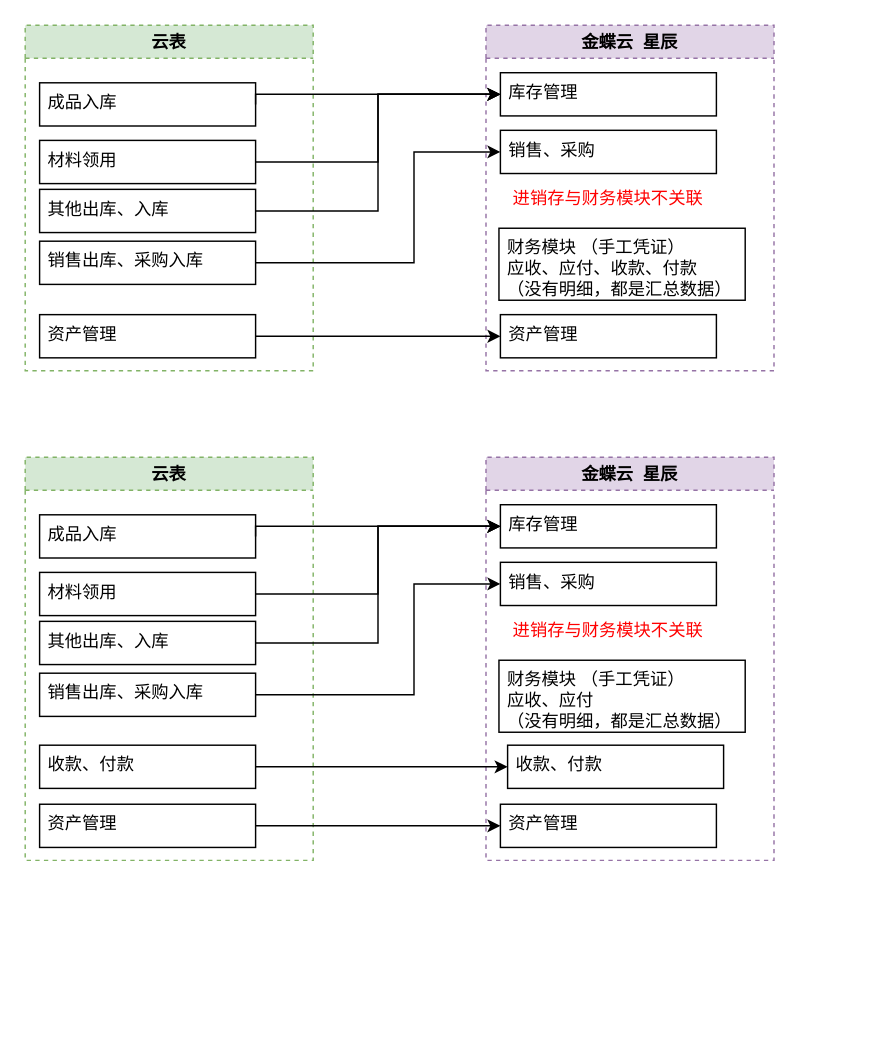
manson-yu/desktop-app keeps this draw.io diagram as build/未命名绘图.drawio. Above is the earlier version. Source tidied: cells renumbered, new cells numbered last; positions are measured from the earlier drawing's top-left corner, leaving out a move shared by most shapes. Both pictures are drawn from the tidied source at 144%, with x=0, y=0 at pixel (24, 24).
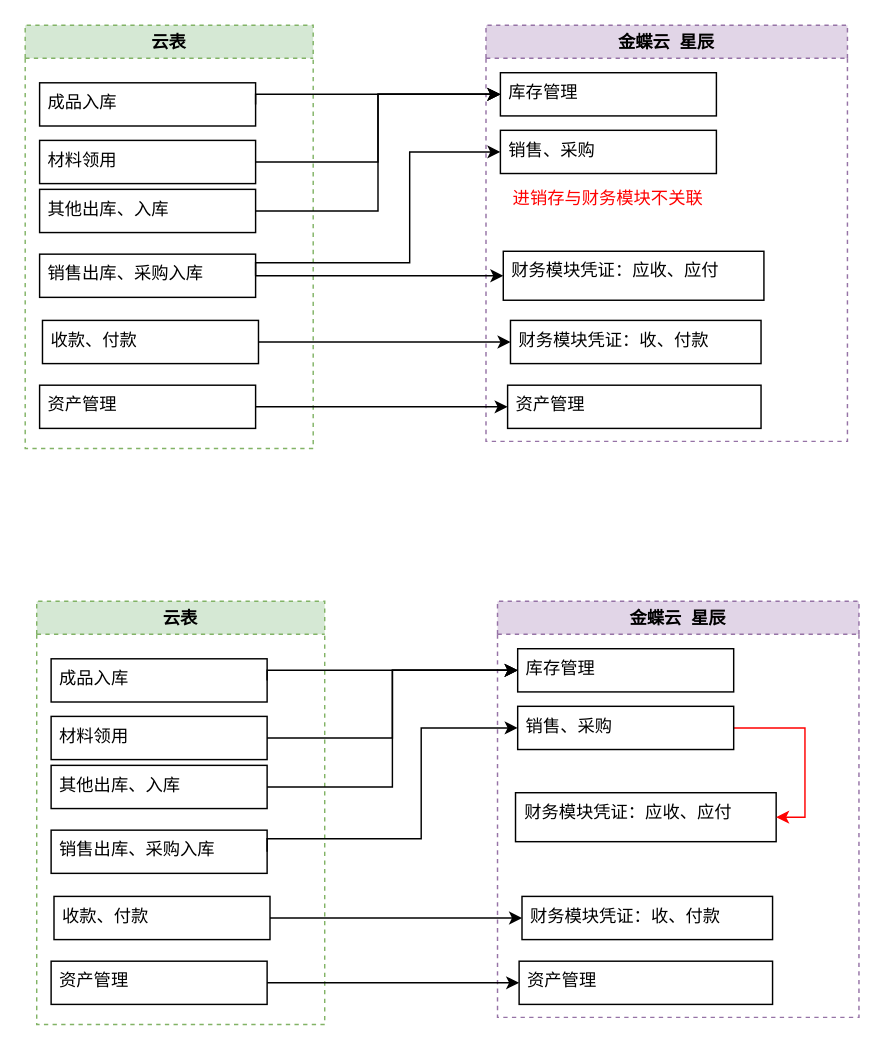
Above is the later version.

Commit message:
更新未命名绘图.drawio

The change refers to these unchanged cells:
```xml
<mxCell id="11" value="销售、采购" style="text;spacingLeft=4;spacingRight=4;overflow=hidden;points=[[0,0.5],[1,0.5]];portConstraint=eastwest;fontSize=12;whiteSpace=wrap;html=1;strokeColor=default;" parent="8" vertex="1">
  <mxGeometry x="10" y="73" width="150" height="30" as="geometry" />
</mxCell>
<mxCell id="20" value="成品入库&lt;div&gt;&lt;br&gt;&lt;/div&gt;" style="text;spacingLeft=4;spacingRight=4;overflow=hidden;points=[[0,0.5],[1,0.5]];portConstraint=eastwest;fontSize=12;whiteSpace=wrap;html=1;strokeColor=default;" parent="19" vertex="1">
  <mxGeometry x="10" y="40" width="150" height="30" as="geometry" />
</mxCell>
```

What changed in the source:
```diff
@@
     <mxCell id="2" value="云表" style="swimlane;whiteSpace=wrap;html=1;dashed=1;fillColor=#d5e8d4;strokeColor=#82b366;" parent="1" vertex="1">
-      <mxGeometry width="200" height="240" as="geometry" />
+      <mxGeometry width="200" height="294" as="geometry" />
     </mxCell>
@@
     <mxCell id="6" value="销售出库、采购入库&lt;div&gt;&lt;br&gt;&lt;/div&gt;" style="text;spacingLeft=4;spacingRight=4;overflow=hidden;points=[[0,0.5],[1,0.5]];portConstraint=eastwest;fontSize=12;whiteSpace=wrap;html=1;strokeColor=default;" parent="2" vertex="1">
-      <mxGeometry x="10" y="150" width="150" height="30" as="geometry" />
+      <mxGeometry x="10" y="159" width="150" height="30" as="geometry" />
     </mxCell>
     <mxCell id="7" value="资产管理&lt;div&gt;&lt;br&gt;&lt;/div&gt;" style="text;spacingLeft=4;spacingRight=4;overflow=hidden;points=[[0,0.5],[1,0.5]];portConstraint=eastwest;fontSize=12;whiteSpace=wrap;html=1;strokeColor=default;" parent="2" vertex="1">
-      <mxGeometry x="10" y="201" width="150" height="30" as="geometry" />
+      <mxGeometry x="10" y="250" width="150" height="30" as="geometry" />
     </mxCell>
     <mxCell id="8" value="金蝶云&amp;nbsp; 星辰" style="swimlane;whiteSpace=wrap;html=1;dashed=1;fillColor=#e1d5e7;strokeColor=#9673a6;" parent="1" vertex="1">
-      <mxGeometry x="320" width="200" height="240" as="geometry" />
+      <mxGeometry x="320" width="251" height="289" as="geometry" />
     </mxCell>
@@
-    <mxCell id="10" value="财务模块 （手工凭证）&lt;div&gt;应收、应付、收款、付款&lt;/div&gt;&lt;div&gt;（没有明细，都是汇总数据）&lt;br&gt;&lt;div&gt;&lt;br&gt;&lt;div&gt;&lt;br&gt;&lt;/div&gt;&lt;/div&gt;&lt;/div&gt;" style="text;spacingLeft=4;spacingRight=4;overflow=hidden;points=[[0,0.5],[1,0.5]];portConstraint=eastwest;fontSize=12;whiteSpace=wrap;html=1;strokeColor=default;" parent="8" vertex="1">
-      <mxGeometry x="9" y="141" width="171" height="50" as="geometry" />
+    <mxCell id="10" value="财务模块凭证：应收、应付" style="text;spacingLeft=4;spacingRight=4;overflow=hidden;points=[[0,0.5],[1,0.5]];portConstraint=eastwest;fontSize=12;whiteSpace=wrap;html=1;strokeColor=default;" parent="8" vertex="1">
+      <mxGeometry x="12" y="157" width="181" height="34" as="geometry" />
     </mxCell>
@@
     <mxCell id="12" value="资产管理&lt;div&gt;&lt;br&gt;&lt;/div&gt;" style="text;spacingLeft=4;spacingRight=4;overflow=hidden;points=[[0,0.5],[1,0.5]];portConstraint=eastwest;fontSize=12;whiteSpace=wrap;html=1;strokeColor=default;" parent="8" vertex="1">
-      <mxGeometry x="10" y="201" width="150" height="30" as="geometry" />
+      <mxGeometry x="15" y="250" width="176" height="30" as="geometry" />
     </mxCell>
@@
+    <mxCell id="18" style="edgeStyle=orthogonalEdgeStyle;rounded=0;jettySize=auto;html=1;exitX=1;exitY=0.5;exitDx=0;exitDy=0;entryX=0;entryY=0.5;entryDx=0;entryDy=0;" parent="1" edge="1" source="7" target="12">
+      <mxGeometry relative="1" as="geometry" />
+    </mxCell>
     <mxCell id="17" style="edgeStyle=orthogonalEdgeStyle;rounded=0;jettySize=auto;html=1;exitX=1;exitY=0.5;exitDx=0;exitDy=0;entryX=0;entryY=0.5;entryDx=0;entryDy=0;" parent="1" edge="1" source="6" target="11">
       <mxGeometry relative="1" as="geometry">
         <Array as="points">
-          <mxPoint x="270" y="165" />
-          <mxPoint x="270" y="88" />
+          <mxPoint x="160" y="165" />
+          <mxPoint x="267" y="165" />
+          <mxPoint x="267" y="88" />
         </Array>
       </mxGeometry>
     </mxCell>
-    <mxCell id="18" style="edgeStyle=orthogonalEdgeStyle;rounded=0;jettySize=auto;html=1;exitX=1;exitY=0.5;exitDx=0;exitDy=0;entryX=0;entryY=0.5;entryDx=0;entryDy=0;" parent="1" edge="1" source="7" target="12">
-      <mxGeometry relative="1" as="geometry" />
-    </mxCell>
+    <mxCell id="39" style="edgeStyle=orthogonalEdgeStyle;rounded=0;jettySize=auto;html=1;exitX=1;exitY=0.5;exitDx=0;exitDy=0;entryX=0;entryY=0.5;entryDx=0;entryDy=0;" parent="1" edge="1" source="6" target="10">
+      <mxGeometry relative="1" as="geometry" />
+    </mxCell>
+    <mxCell id="40" value="收款、付款&lt;br&gt;&lt;div&gt;&lt;br&gt;&lt;/div&gt;" style="text;spacingLeft=4;spacingRight=4;overflow=hidden;points=[[0,0.5],[1,0.5]];portConstraint=eastwest;fontSize=12;whiteSpace=wrap;html=1;strokeColor=default;" parent="1" vertex="1">
+      <mxGeometry x="12" y="205" width="150" height="30" as="geometry" />
+    </mxCell>
+    <mxCell id="41" value="&lt;div&gt;财务模块凭证：收、付款&lt;/div&gt;" style="text;spacingLeft=4;spacingRight=4;overflow=hidden;points=[[0,0.5],[1,0.5]];portConstraint=eastwest;fontSize=12;whiteSpace=wrap;html=1;strokeColor=default;" parent="1" vertex="1">
+      <mxGeometry x="337" y="205" width="174" height="30" as="geometry" />
+    </mxCell>
+    <mxCell id="42" style="edgeStyle=orthogonalEdgeStyle;rounded=0;jettySize=auto;html=1;exitX=1;exitY=0.5;exitDx=0;exitDy=0;entryX=0;entryY=0.5;entryDx=0;entryDy=0;" parent="1" edge="1" source="40" target="41">
+      <mxGeometry relative="1" as="geometry" />
+    </mxCell>
     <mxCell id="19" value="云表" style="swimlane;whiteSpace=wrap;html=1;dashed=1;fillColor=#d5e8d4;strokeColor=#82b366;" parent="1" vertex="1">
-      <mxGeometry y="300" width="200" height="280" as="geometry" />
+      <mxGeometry x="8" y="400" width="200" height="294" as="geometry" />
     </mxCell>
@@
     <mxCell id="23" value="销售出库、采购入库&lt;div&gt;&lt;br&gt;&lt;/div&gt;" style="text;spacingLeft=4;spacingRight=4;overflow=hidden;points=[[0,0.5],[1,0.5]];portConstraint=eastwest;fontSize=12;whiteSpace=wrap;html=1;strokeColor=default;" parent="19" vertex="1">
-      <mxGeometry x="10" y="150" width="150" height="30" as="geometry" />
+      <mxGeometry x="10" y="159" width="150" height="30" as="geometry" />
     </mxCell>
-    <mxCell id="24" value="收款、付款&lt;div&gt;&lt;br&gt;&lt;/div&gt;" style="text;spacingLeft=4;spacingRight=4;overflow=hidden;points=[[0,0.5],[1,0.5]];portConstraint=eastwest;fontSize=12;whiteSpace=wrap;html=1;strokeColor=default;" parent="19" vertex="1">
-      <mxGeometry x="10" y="200" width="150" height="30" as="geometry" />
-    </mxCell>
+    <mxCell id="43" value="资产管理&lt;div&gt;&lt;br&gt;&lt;/div&gt;" style="text;spacingLeft=4;spacingRight=4;overflow=hidden;points=[[0,0.5],[1,0.5]];portConstraint=eastwest;fontSize=12;whiteSpace=wrap;html=1;strokeColor=default;" parent="19" vertex="1">
+      <mxGeometry x="10" y="250" width="150" height="30" as="geometry" />
+    </mxCell>
     <mxCell id="25" value="金蝶云&amp;nbsp; 星辰" style="swimlane;whiteSpace=wrap;html=1;dashed=1;fillColor=#e1d5e7;strokeColor=#9673a6;" parent="1" vertex="1">
-      <mxGeometry x="320" y="300" width="200" height="280" as="geometry" />
+      <mxGeometry x="328" y="400" width="251" height="289" as="geometry" />
     </mxCell>
     <mxCell id="26" value="库存管理&lt;div&gt;&lt;br&gt;&lt;/div&gt;" style="text;spacingLeft=4;spacingRight=4;overflow=hidden;points=[[0,0.5],[1,0.5]];portConstraint=eastwest;fontSize=12;whiteSpace=wrap;html=1;strokeColor=default;" parent="25" vertex="1">
-      <mxGeometry x="10" y="33" width="150" height="30" as="geometry" />
+      <mxGeometry x="14" y="33" width="150" height="30" as="geometry" />
     </mxCell>
-    <mxCell id="27" value="财务模块 （手工凭证）&lt;div&gt;应收、应付&lt;/div&gt;&lt;div&gt;（没有明细，都是汇总数据）&lt;br&gt;&lt;div&gt;&lt;br&gt;&lt;div&gt;&lt;br&gt;&lt;/div&gt;&lt;/div&gt;&lt;/div&gt;" style="text;spacingLeft=4;spacingRight=4;overflow=hidden;fontSize=12;whiteSpace=wrap;html=1;strokeColor=default;" parent="25" vertex="1">
-      <mxGeometry x="9" y="141" width="171" height="50" as="geometry" />
-    </mxCell>
+    <mxCell id="44" value="财务模块凭证：应收、应付" style="text;spacingLeft=4;spacingRight=4;overflow=hidden;points=[[0,0.5],[1,0.5]];portConstraint=eastwest;fontSize=12;whiteSpace=wrap;html=1;strokeColor=default;" parent="25" vertex="1">
+      <mxGeometry x="12.5" y="133" width="181" height="34" as="geometry" />
+    </mxCell>
+    <mxCell id="45" style="edgeStyle=orthogonalEdgeStyle;rounded=0;jettySize=auto;html=1;exitX=1;exitY=0.5;exitDx=0;exitDy=0;entryX=1;entryY=0.5;entryDx=0;entryDy=0;strokeColor=#FF0000;" parent="25" edge="1" source="28" target="44">
+      <mxGeometry relative="1" as="geometry" />
+    </mxCell>
     <mxCell id="28" value="销售、采购" style="text;spacingLeft=4;spacingRight=4;overflow=hidden;points=[[0,0.5],[1,0.5]];portConstraint=eastwest;fontSize=12;whiteSpace=wrap;html=1;strokeColor=default;" parent="25" vertex="1">
-      <mxGeometry x="10" y="73" width="150" height="30" as="geometry" />
+      <mxGeometry x="14" y="73" width="150" height="30" as="geometry" />
     </mxCell>
-    <mxCell id="29" value="进销存与财务模块不关联" style="text;strokeColor=none;align=center;fillColor=none;html=1;verticalAlign=middle;whiteSpace=wrap;rounded=0;fontColor=#FF0000;" parent="25" vertex="1">
-      <mxGeometry x="15" y="106" width="140" height="30" as="geometry" />
-    </mxCell>
-    <mxCell id="30" value="资产管理&lt;div&gt;&lt;br&gt;&lt;/div&gt;" style="text;spacingLeft=4;spacingRight=4;overflow=hidden;points=[[0,0.5],[1,0.5]];portConstraint=eastwest;fontSize=12;whiteSpace=wrap;html=1;strokeColor=default;" parent="25" vertex="1">
-      <mxGeometry x="-310" y="241" width="150" height="30" as="geometry" />
-    </mxCell>
-    <mxCell id="31" style="edgeStyle=orthogonalEdgeStyle;rounded=0;jettySize=auto;html=1;exitX=1;exitY=0.5;exitDx=0;exitDy=0;entryX=0;entryY=0.5;entryDx=0;entryDy=0;" parent="25" edge="1" source="30" target="32">
-      <mxGeometry relative="1" as="geometry" />
-    </mxCell>
-    <mxCell id="32" value="资产管理&lt;div&gt;&lt;br&gt;&lt;/div&gt;" style="text;spacingLeft=4;spacingRight=4;overflow=hidden;points=[[0,0.5],[1,0.5]];portConstraint=eastwest;fontSize=12;whiteSpace=wrap;html=1;strokeColor=default;" parent="25" vertex="1">
-      <mxGeometry x="10" y="241" width="150" height="30" as="geometry" />
-    </mxCell>
-    <mxCell id="33" value="收款、付款&lt;div&gt;&lt;br&gt;&lt;/div&gt;" style="text;spacingLeft=4;spacingRight=4;overflow=hidden;points=[[0,0.5],[1,0.5]];portConstraint=eastwest;fontSize=12;whiteSpace=wrap;html=1;strokeColor=default;" parent="25" vertex="1">
-      <mxGeometry x="15" y="200" width="150" height="30" as="geometry" />
-    </mxCell>
+    <mxCell id="46" value="资产管理&lt;div&gt;&lt;br&gt;&lt;/div&gt;" style="text;spacingLeft=4;spacingRight=4;overflow=hidden;points=[[0,0.5],[1,0.5]];portConstraint=eastwest;fontSize=12;whiteSpace=wrap;html=1;strokeColor=default;" parent="25" vertex="1">
+      <mxGeometry x="15" y="250" width="176" height="30" as="geometry" />
+    </mxCell>
     <mxCell id="34" style="edgeStyle=orthogonalEdgeStyle;rounded=0;jettySize=auto;html=1;exitX=1;exitY=0.5;exitDx=0;exitDy=0;entryX=0;entryY=0.5;entryDx=0;entryDy=0;" parent="1" edge="1" source="20" target="26">
       <mxGeometry relative="1" as="geometry">
         <Array as="points">
-          <mxPoint x="160" y="348" />
+          <mxPoint x="168" y="448" />
         </Array>
       </mxGeometry>
     </mxCell>
@@
+    <mxCell id="47" style="edgeStyle=orthogonalEdgeStyle;rounded=0;jettySize=auto;html=1;exitX=1;exitY=0.5;exitDx=0;exitDy=0;entryX=0;entryY=0.5;entryDx=0;entryDy=0;" parent="1" edge="1" source="43" target="46">
+      <mxGeometry relative="1" as="geometry" />
+    </mxCell>
     <mxCell id="37" style="edgeStyle=orthogonalEdgeStyle;rounded=0;jettySize=auto;html=1;exitX=1;exitY=0.5;exitDx=0;exitDy=0;entryX=0;entryY=0.5;entryDx=0;entryDy=0;" parent="1" edge="1" source="23" target="28">
       <mxGeometry relative="1" as="geometry">
         <Array as="points">
-          <mxPoint x="270" y="465" />
-          <mxPoint x="270" y="388" />
+          <mxPoint x="168" y="565" />
+          <mxPoint x="275" y="565" />
+          <mxPoint x="275" y="488" />
         </Array>
       </mxGeometry>
     </mxCell>
-    <mxCell id="38" style="edgeStyle=orthogonalEdgeStyle;rounded=0;jettySize=auto;html=1;exitX=1;exitY=0.5;exitDx=0;exitDy=0;entryX=0;entryY=0.5;entryDx=0;entryDy=0;" parent="1" edge="1" source="24" target="33">
-      <mxGeometry relative="1" as="geometry" />
-    </mxCell>
+    <mxCell id="48" value="收款、付款&lt;br&gt;&lt;div&gt;&lt;br&gt;&lt;/div&gt;" style="text;spacingLeft=4;spacingRight=4;overflow=hidden;points=[[0,0.5],[1,0.5]];portConstraint=eastwest;fontSize=12;whiteSpace=wrap;html=1;strokeColor=default;" parent="1" vertex="1">
+      <mxGeometry x="20" y="605" width="150" height="30" as="geometry" />
+    </mxCell>
+    <mxCell id="49" value="&lt;div&gt;财务模块凭证：收、付款&lt;/div&gt;" style="text;spacingLeft=4;spacingRight=4;overflow=hidden;points=[[0,0.5],[1,0.5]];portConstraint=eastwest;fontSize=12;whiteSpace=wrap;html=1;strokeColor=default;" parent="1" vertex="1">
+      <mxGeometry x="345" y="605" width="174" height="30" as="geometry" />
+    </mxCell>
+    <mxCell id="50" style="edgeStyle=orthogonalEdgeStyle;rounded=0;jettySize=auto;html=1;exitX=1;exitY=0.5;exitDx=0;exitDy=0;entryX=0;entryY=0.5;entryDx=0;entryDy=0;" parent="1" edge="1" source="48" target="49">
+      <mxGeometry relative="1" as="geometry" />
+    </mxCell>
```
